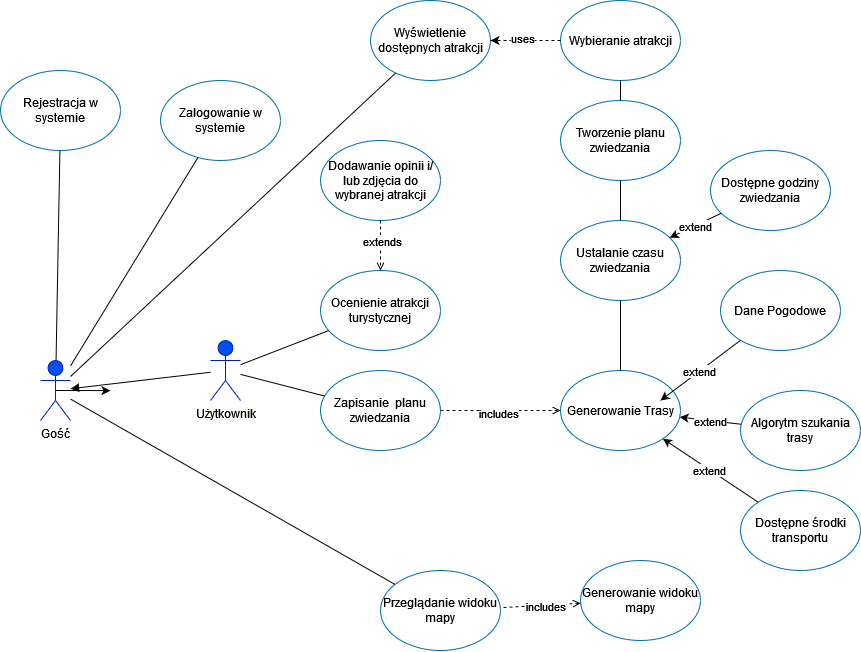
EngineerDiplomaTeam/city-map-planner keeps this draw.io diagram as Documentation/attachments/Użytkownik.png. Above is the earlier version. Source tidied: cells renumbered, new cells last; positions are measured from the earlier drawing's top-left corner, leaving out a move shared by most shapes.
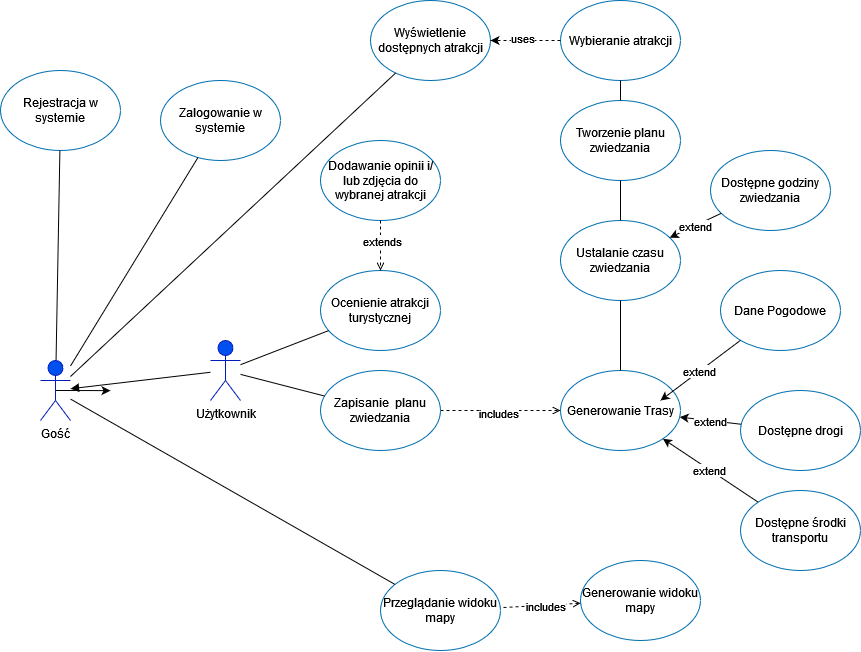
The same diagram one commit later.

Diff of the diagram source:
```diff
@@ -125,7 +125,7 @@
     <mxCell id="40" value="&lt;div&gt;extend&lt;/div&gt;" style="edgeLabel;html=1;align=center;verticalAlign=middle;" parent="39" vertex="1">
       <mxGeometry x="0.03" relative="1" as="geometry" />
     </mxCell>
-    <mxCell id="41" value="Algorytm szukania trasy" style="ellipse;whiteSpace=wrap;html=1;fillColor=none;fontColor=default;strokeColor=#006EAF;labelBackgroundColor=none;labelBorderColor=none;labelPosition=center;verticalLabelPosition=middle;align=center;verticalAlign=middle;" parent="1" vertex="1">
+    <mxCell id="41" value="Dostępne drogi" style="ellipse;whiteSpace=wrap;html=1;fillColor=none;fontColor=default;strokeColor=#006EAF;labelBackgroundColor=none;labelBorderColor=none;labelPosition=center;verticalLabelPosition=middle;align=center;verticalAlign=middle;" parent="1" vertex="1">
       <mxGeometry x="740" y="390" width="120" height="80" as="geometry" />
     </mxCell>
     <mxCell id="42" style="endArrow=classic;html=1;rounded=0;" parent="1" edge="1" source="41" target="32">
```
